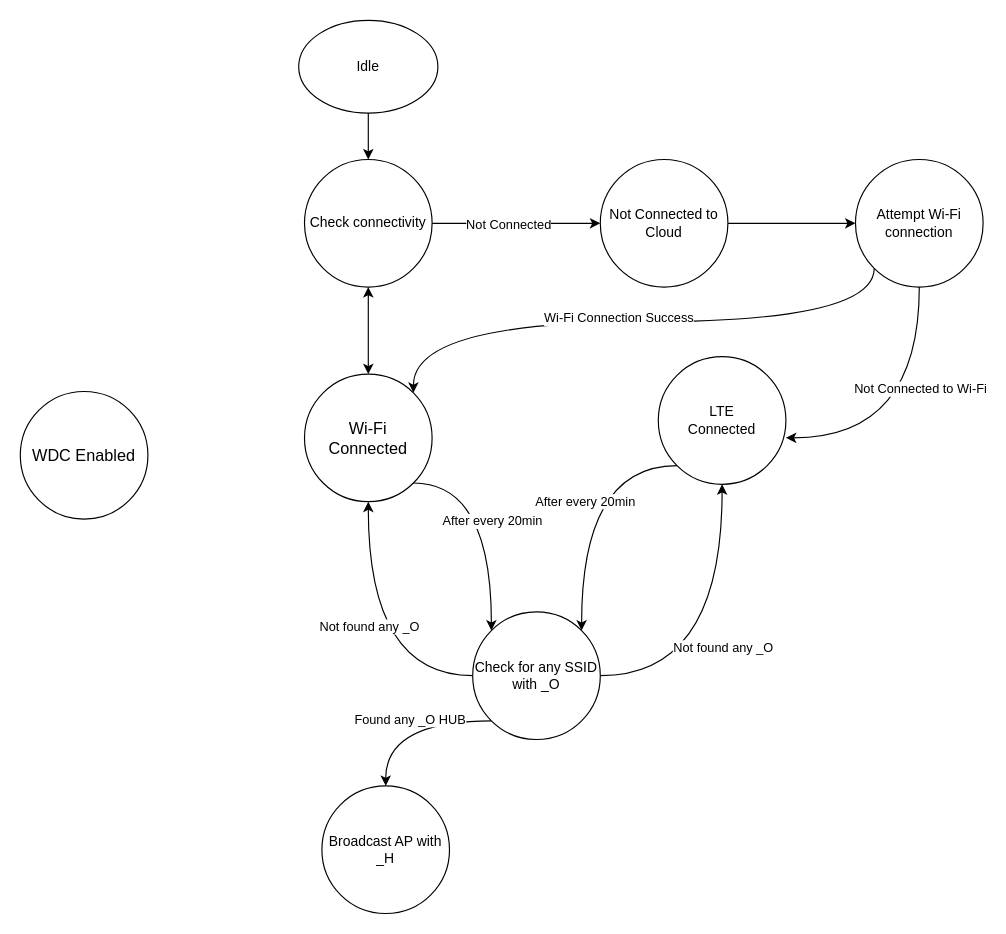
Above: connectivity states.drawio in sohaibqamar/drawings (draw.io), before the change. Source tidied: cells renumbered, new cells numbered last; positions are measured from the earlier drawing's top-left corner, leaving out a move shared by most shapes. Both pictures are drawn from the tidied source at 116%, with x=0, y=0 at pixel (20, 20).
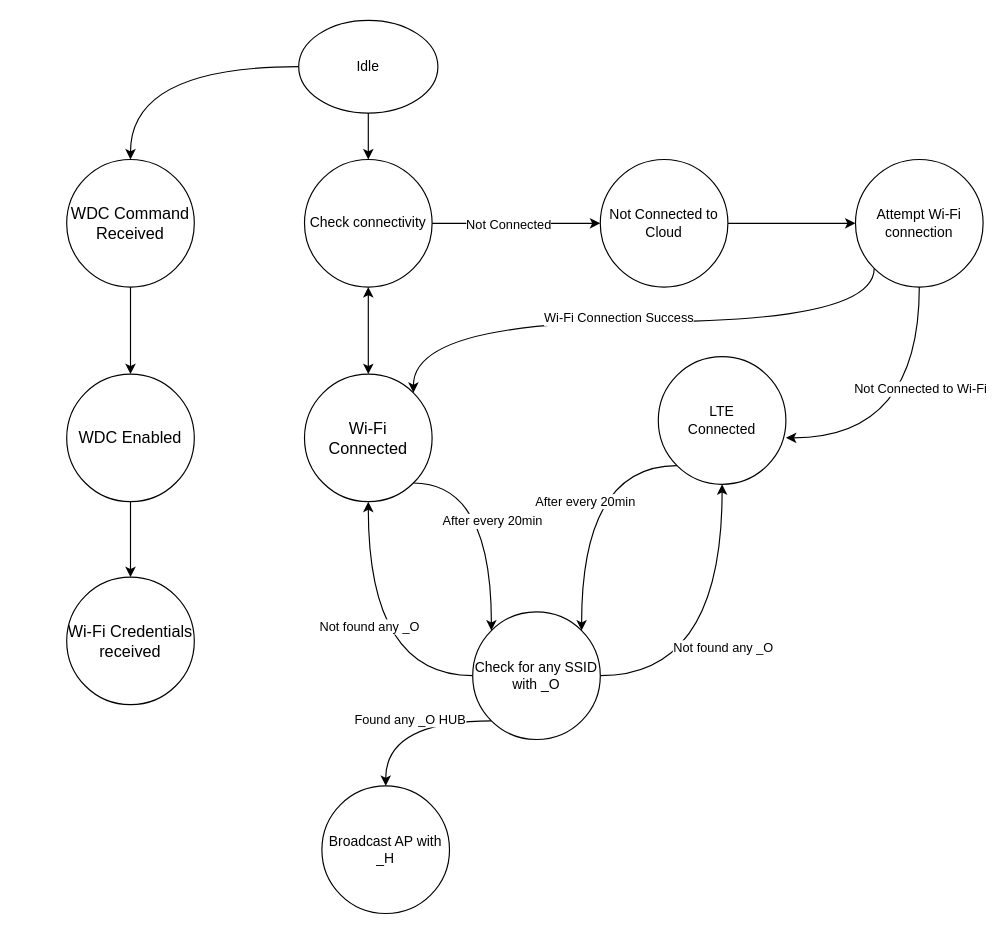
The same diagram, later.

Unchanged cells that the change refers to:
```xml
<mxCell id="3" value="Idle" style="ellipse;whiteSpace=wrap;html=1;" parent="1" vertex="1">
  <mxGeometry x="240" width="120" height="80" as="geometry" />
</mxCell>
```

Diff of the diagram source:
```diff
@@
+    <mxCell id="30" style="edgeStyle=orthogonalEdgeStyle;jettySize=auto;html=1;entryX=0.5;entryY=0;entryDx=0;entryDy=0;curved=1;" parent="1" edge="1" source="3" target="33">
+      <mxGeometry relative="1" as="geometry" />
+    </mxCell>
@@
+    <mxCell id="31" style="edgeStyle=orthogonalEdgeStyle;rounded=0;jettySize=auto;html=1;" parent="1" edge="1" source="17" target="34">
+      <mxGeometry relative="1" as="geometry" />
+    </mxCell>
     <mxCell id="17" value="WDC Enabled" style="ellipse;whiteSpace=wrap;html=1;fontSize=14;" parent="1" vertex="1">
-      <mxGeometry y="320" width="110" height="110" as="geometry" />
+      <mxGeometry x="40" y="305" width="110" height="110" as="geometry" />
     </mxCell>
@@
+    <mxCell id="32" style="edgeStyle=orthogonalEdgeStyle;rounded=0;jettySize=auto;html=1;entryX=0.5;entryY=0;entryDx=0;entryDy=0;" parent="1" edge="1" source="33" target="17">
+      <mxGeometry relative="1" as="geometry" />
+    </mxCell>
+    <mxCell id="33" value="WDC Command Received" style="ellipse;whiteSpace=wrap;html=1;fontSize=14;" parent="1" vertex="1">
+      <mxGeometry x="40" y="120" width="110" height="110" as="geometry" />
+    </mxCell>
+    <mxCell id="34" value="Wi-Fi Credentials received" style="ellipse;whiteSpace=wrap;html=1;fontSize=14;" parent="1" vertex="1">
+      <mxGeometry x="40" y="480" width="110" height="110" as="geometry" />
+    </mxCell>
```
